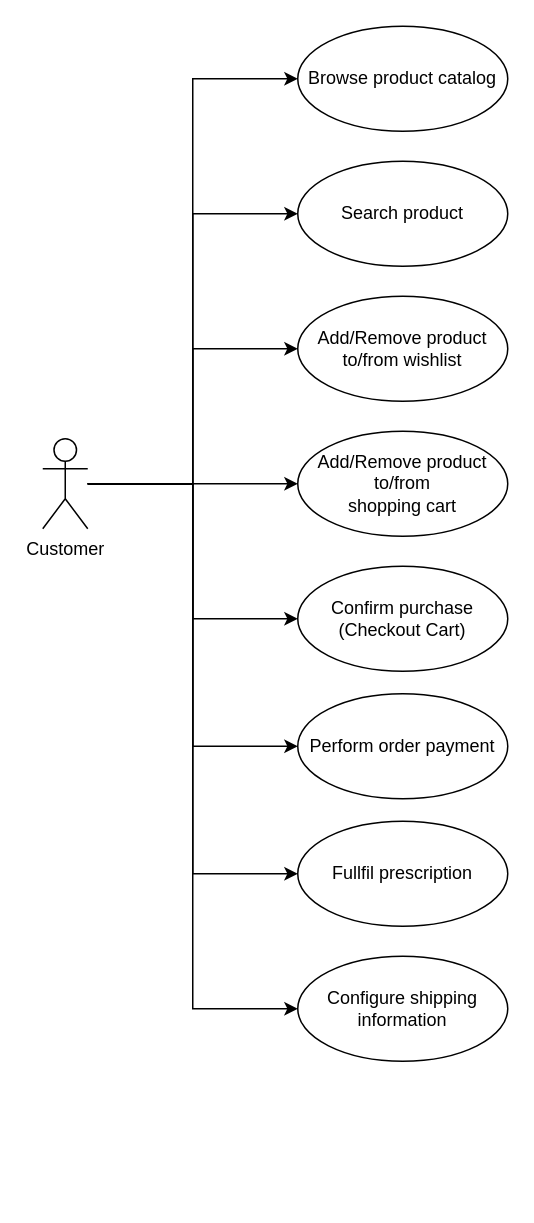
Above: page "UseCases" (3 of 4) of ServiceIdentification/Diagrams/Diagrams.drawio in jpscardoso97/pharmacity-ecommerce (draw.io), before the change. Source tidied: cells renumbered, new cells numbered last; positions are measured from the earlier drawing's top-left corner, leaving out a move shared by most shapes. Both pictures are drawn from the tidied source at 150%, with x=0, y=0 at pixel (42, 26).
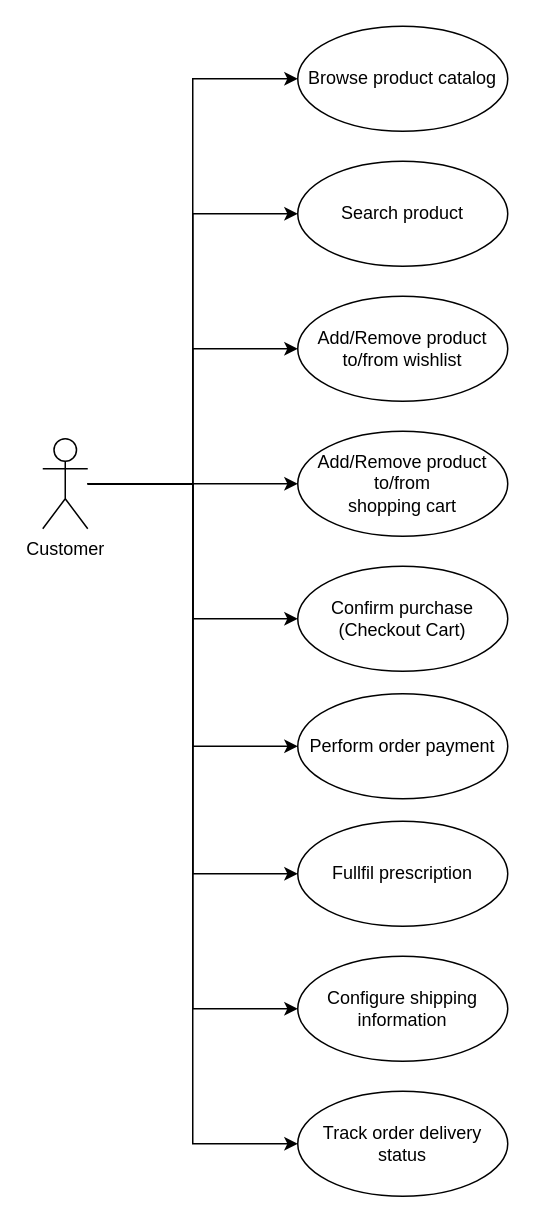
After the change.

Commit message:
Add detailed domain model

The change refers to these unchanged cells:
```xml
<mxCell id="9" value="Customer" style="shape=umlActor;verticalLabelPosition=bottom;verticalAlign=top;html=1;" parent="1" vertex="1">
  <mxGeometry y="275" width="30" height="60" as="geometry" />
</mxCell>
```

The edit, as a diff of the source:
```diff
@@
+    <mxCell id="19" style="edgeStyle=orthogonalEdgeStyle;rounded=0;jettySize=auto;html=1;entryX=0;entryY=0.5;entryDx=0;entryDy=0;startArrow=none;startFill=0;endArrow=classic;endFill=1;startSize=12;endSize=6;" parent="1" edge="1" source="9" target="20">
+      <mxGeometry relative="1" as="geometry" />
+    </mxCell>
@@
+    <mxCell id="20" value="Track order delivery status" style="ellipse;whiteSpace=wrap;html=1;" parent="1" vertex="1">
+      <mxGeometry x="170" y="710" width="140" height="70" as="geometry" />
+    </mxCell>
```
